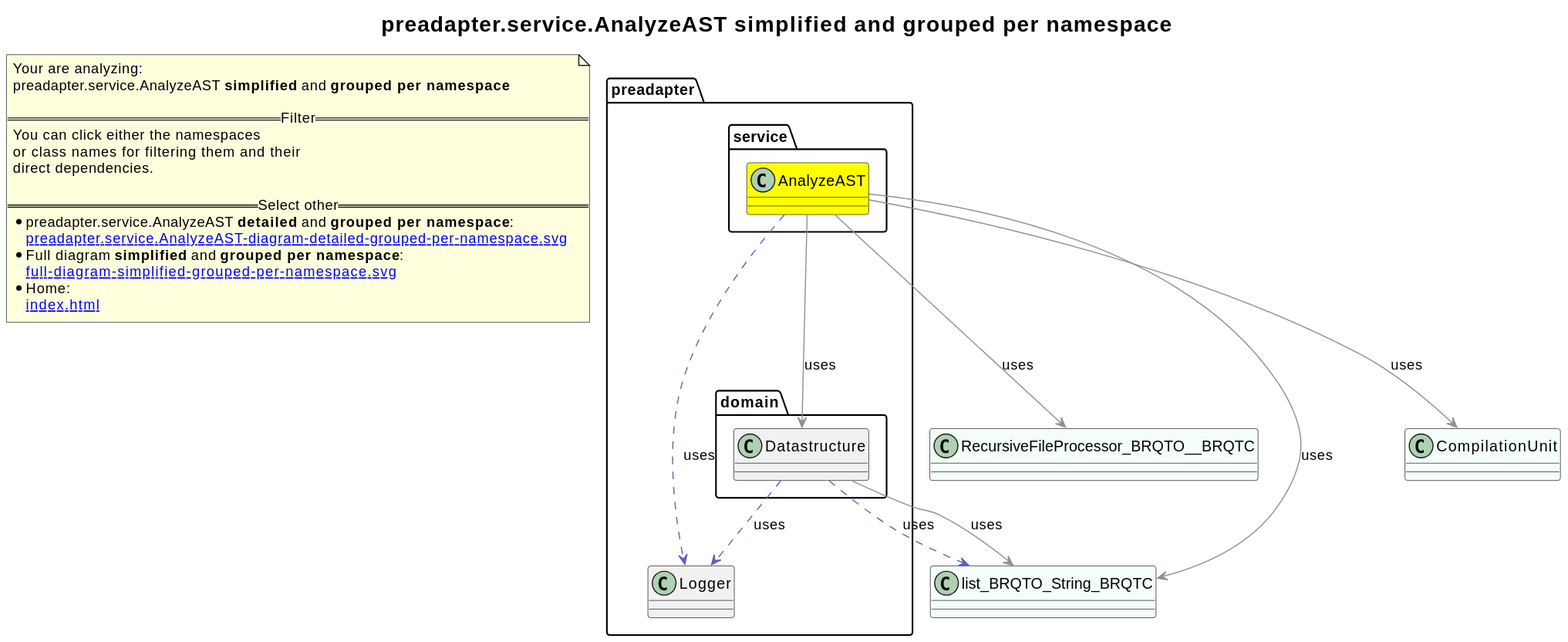
2BlackCoffees/revenger keeps this PlantUML diagram as revenger-java-adapter.out/preadapter.service.AnalyzeAST-diagram-simplified-grouped-per-namespace.svg. Above is the earlier version. Its diagram source:
```plantuml
@startuml
title <size:20>preadapter.service.AnalyzeAST **simplified** and **grouped per namespace**</size>
note "Your are analyzing:\npreadapter.service.AnalyzeAST **simplified** and **grouped per namespace**\n\n==Filter==\nYou can click either the namespaces \nor class names for filtering them and their\ndirect dependencies.\n\n==Select other==\n* preadapter.service.AnalyzeAST **detailed** and **grouped per namespace**:\n   [[preadapter.service.AnalyzeAST-diagram-detailed-grouped-per-namespace.svg]]\n* Full diagram **simplified** and **grouped per namespace**:\n   [[full-diagram-simplified-grouped-per-namespace.svg]]\n* Home:\n   [[index.html]]" as FloatingNote
class RecursiveFileProcessor_BRQTO__BRQTC [[RecursiveFileProcessor_BRQTO__BRQTC-diagram-simplified-grouped-per-namespace.svg]] #MintCream {
}
class list_BRQTO_String_BRQTC [[list_BRQTO_String_BRQTC-diagram-simplified-grouped-per-namespace.svg]] #MintCream {
}
class CompilationUnit [[CompilationUnit-diagram-simplified-grouped-per-namespace.svg]] #MintCream {
}
namespace preadapter [[preadapter-diagram-simplified-grouped-per-namespace.svg]] {
class preadapter.Logger [[preadapter.Logger-diagram-simplified-grouped-per-namespace.svg]]  {
}
}
namespace preadapter [[preadapter-diagram-simplified-grouped-per-namespace.svg]] {
namespace preadapter.domain [[preadapter.domain-diagram-simplified-grouped-per-namespace.svg]] {
  class preadapter.domain.Datastructure [[preadapter.domain.Datastructure-diagram-simplified-grouped-per-namespace.svg]]  {
  }
}
}
namespace preadapter [[preadapter-diagram-simplified-grouped-per-namespace.svg]] {
namespace preadapter.service [[preadapter.service-diagram-simplified-grouped-per-namespace.svg]] {
  class preadapter.service.AnalyzeAST [[preadapter.service.AnalyzeAST-diagram-simplified-grouped-per-namespace.svg]] #yellow {
  }
}
}
preadapter.domain.Datastructure .[#6060BB].> preadapter.Logger  : uses
preadapter.domain.Datastructure .[#6060BB].> list_BRQTO_String_BRQTC  : uses
preadapter.domain.Datastructure -[#909090]-> list_BRQTO_String_BRQTC  : uses
preadapter.service.AnalyzeAST .[#6060BB].> preadapter.Logger  : uses
preadapter.service.AnalyzeAST -[#909090]-> preadapter.domain.Datastructure  : uses
preadapter.service.AnalyzeAST -[#909090]-> RecursiveFileProcessor_BRQTO__BRQTC  : uses
preadapter.service.AnalyzeAST -[#909090]-> list_BRQTO_String_BRQTC  : uses
preadapter.service.AnalyzeAST -[#909090]-> CompilationUnit  : uses
@enduml
```
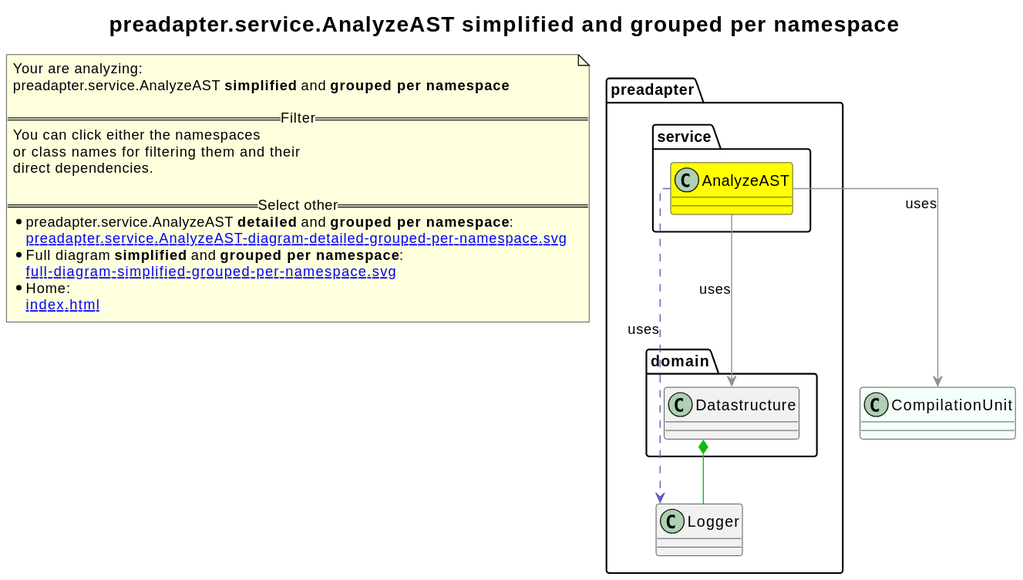
Later version of the same file.

What changed in the source:
```diff
@@ -1,10 +1,7 @@
 @startuml
+skinparam linetype ortho
 title <size:20>preadapter.service.AnalyzeAST **simplified** and **grouped per namespace**</size>
 note "Your are analyzing:\npreadapter.service.AnalyzeAST **simplified** and **grouped per namespace**\n\n==Filter==\nYou can click either the namespaces \nor class names for filtering them and their\ndirect dependencies.\n\n==Select other==\n* preadapter.service.AnalyzeAST **detailed** and **grouped per namespace**:\n   [[preadapter.service.AnalyzeAST-diagram-detailed-grouped-per-namespace.svg]]\n* Full diagram **simplified** and **grouped per namespace**:\n   [[full-diagram-simplified-grouped-per-namespace.svg]]\n* Home:\n   [[index.html]]" as FloatingNote
-class RecursiveFileProcessor_BRQTO__BRQTC [[RecursiveFileProcessor_BRQTO__BRQTC-diagram-simplified-grouped-per-namespace.svg]] #MintCream {
-}
-class list_BRQTO_String_BRQTC [[list_BRQTO_String_BRQTC-diagram-simplified-grouped-per-namespace.svg]] #MintCream {
-}
 class CompilationUnit [[CompilationUnit-diagram-simplified-grouped-per-namespace.svg]] #MintCream {
 }
 namespace preadapter [[preadapter-diagram-simplified-grouped-per-namespace.svg]] {
@@ -23,12 +20,8 @@
   }
 }
 }
-preadapter.domain.Datastructure .[#6060BB].> preadapter.Logger  : uses
-preadapter.domain.Datastructure .[#6060BB].> list_BRQTO_String_BRQTC  : uses
-preadapter.domain.Datastructure -[#909090]-> list_BRQTO_String_BRQTC  : uses
+preadapter.domain.Datastructure *-[#10BB10]- preadapter.Logger
 preadapter.service.AnalyzeAST .[#6060BB].> preadapter.Logger  : uses
 preadapter.service.AnalyzeAST -[#909090]-> preadapter.domain.Datastructure  : uses
-preadapter.service.AnalyzeAST -[#909090]-> RecursiveFileProcessor_BRQTO__BRQTC  : uses
-preadapter.service.AnalyzeAST -[#909090]-> list_BRQTO_String_BRQTC  : uses
 preadapter.service.AnalyzeAST -[#909090]-> CompilationUnit  : uses
 @enduml
```
